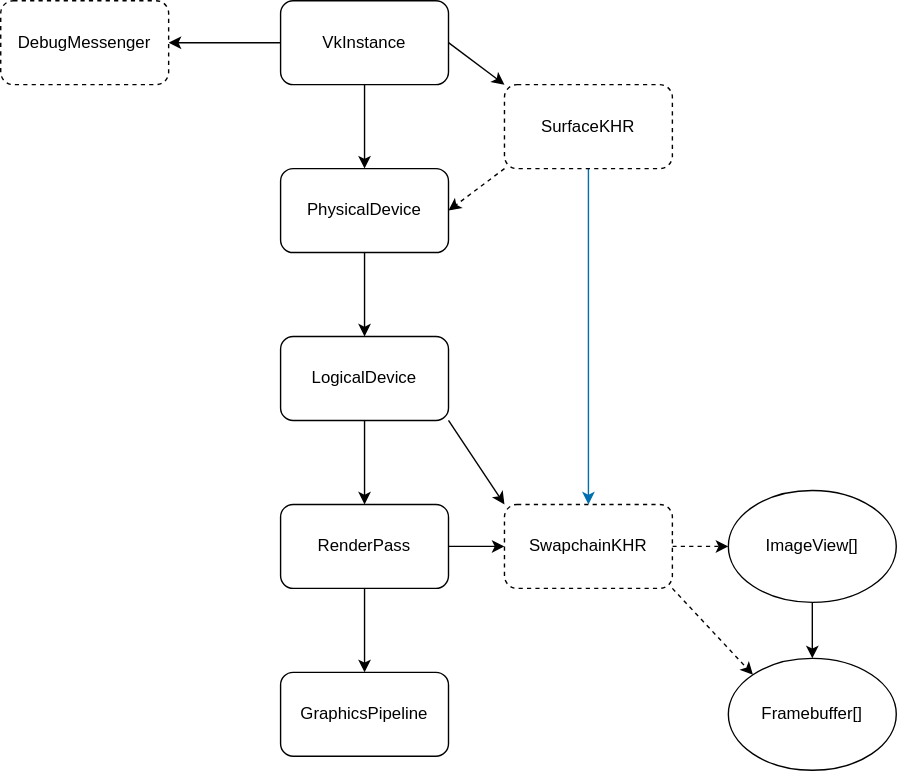
Earlier version of the draw.io export vk_objects.drawio.svg (Redstonecrafter0/Quasar). Source tidied: cells renumbered, new cells last; positions are measured from the earlier drawing's top-left corner, leaving out a move shared by most shapes.
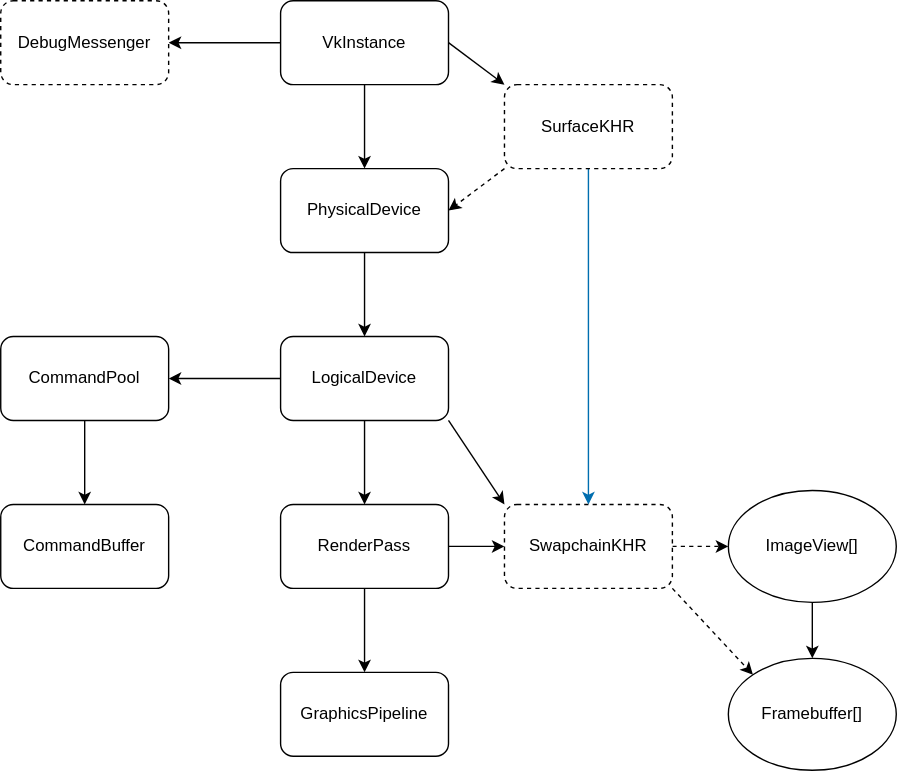
The same file after the commit.

Diff of the diagram source:
```diff
@@ -35,6 +35,9 @@
     <mxCell id="12" style="rounded=0;jettySize=auto;html=1;exitX=0.5;exitY=1;exitDx=0;exitDy=0;entryX=0.5;entryY=0;entryDx=0;entryDy=0;" parent="1" edge="1" source="13" target="24">
       <mxGeometry relative="1" as="geometry" />
     </mxCell>
+    <mxCell id="25" style="edgeStyle=orthogonalEdgeStyle;rounded=0;jettySize=auto;html=1;exitX=0;exitY=0.5;exitDx=0;exitDy=0;entryX=1;entryY=0.5;entryDx=0;entryDy=0;" parent="1" edge="1" source="13" target="27">
+      <mxGeometry relative="1" as="geometry" />
+    </mxCell>
     <mxCell id="13" value="LogicalDevice" style="rounded=1;whiteSpace=wrap;html=1;" parent="1" vertex="1">
       <mxGeometry x="200" y="240" width="120" height="60" as="geometry" />
     </mxCell>
@@ -71,5 +74,14 @@
     <mxCell id="24" value="RenderPass" style="rounded=1;whiteSpace=wrap;html=1;" parent="1" vertex="1">
       <mxGeometry x="200" y="360" width="120" height="60" as="geometry" />
     </mxCell>
+    <mxCell id="26" style="edgeStyle=orthogonalEdgeStyle;rounded=0;jettySize=auto;html=1;exitX=0.5;exitY=1;exitDx=0;exitDy=0;entryX=0.5;entryY=0;entryDx=0;entryDy=0;" parent="1" edge="1" source="27" target="28">
+      <mxGeometry relative="1" as="geometry" />
+    </mxCell>
+    <mxCell id="27" value="CommandPool" style="rounded=1;whiteSpace=wrap;html=1;" parent="1" vertex="1">
+      <mxGeometry y="240" width="120" height="60" as="geometry" />
+    </mxCell>
+    <mxCell id="28" value="CommandBuffer" style="rounded=1;whiteSpace=wrap;html=1;" parent="1" vertex="1">
+      <mxGeometry y="360" width="120" height="60" as="geometry" />
+    </mxCell>
   </root>
 </mxGraphModel>
```
